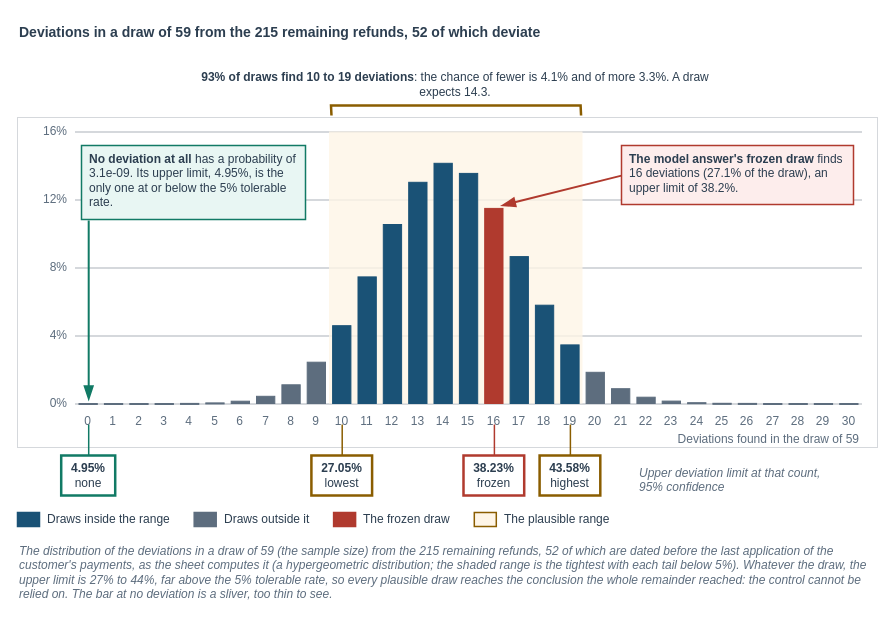
Earlier version of the draw.io diagram facts/instructor/figures/chapter-19-customer-credits-audit/IF-19-6-B.drawio (mmcodesso/Accounting_Analytics_Book). Source tidied: cells renumbered, new cells numbered last; positions are measured from the earlier drawing's top-left corner, leaving out a move shared by most shapes. Both pictures are drawn from the tidied source at 100%, with x=0, y=0 at pixel (17, 17).
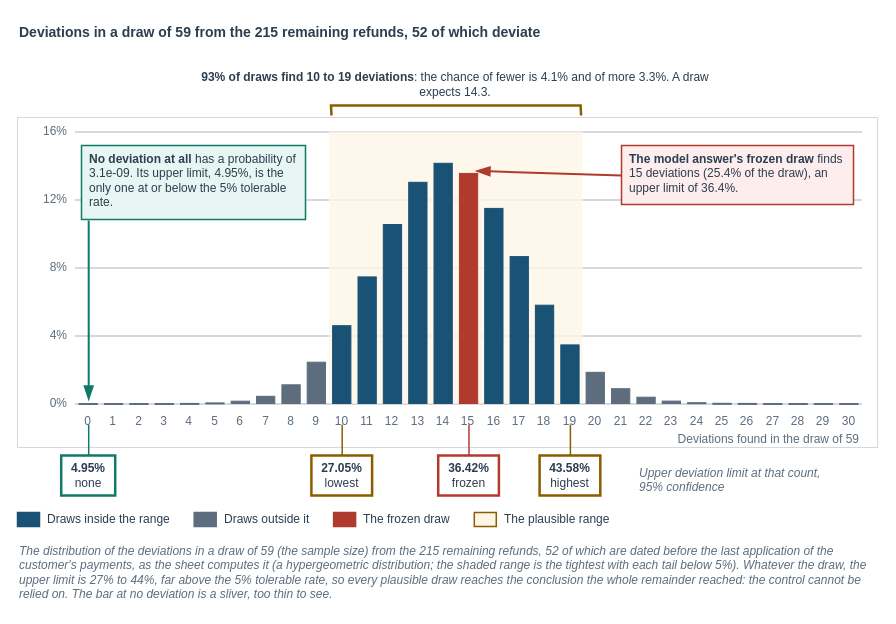
The same diagram, later.

What changed in the source:
```diff
@@
-    <mxCell id="63" style="rounded=0;arcSize=6;whiteSpace=wrap;html=1;fillColor=#1A5276;strokeColor=#1A5276;strokeWidth=1;fontColor=#2C3E50;fontSize=13;fontStyle=0;align=center;verticalAlign=middle;fontFamily=Helvetica;spacingLeft=6;spacingRight=6;" parent="1" vertex="1">
+    <mxCell id="63" style="rounded=0;arcSize=6;whiteSpace=wrap;html=1;fillColor=#B03A2E;strokeColor=#B03A2E;strokeWidth=1;fontColor=#2C3E50;fontSize=13;fontStyle=0;align=center;verticalAlign=middle;fontFamily=Helvetica;spacingLeft=6;spacingRight=6;" parent="1" vertex="1">
       <mxGeometry x="441.9" y="155.9" width="18.3" height="230.1" as="geometry" />
     </mxCell>
-    <mxCell id="64" style="rounded=0;arcSize=6;whiteSpace=wrap;html=1;fillColor=#B03A2E;strokeColor=#B03A2E;strokeWidth=1;fontColor=#2C3E50;fontSize=13;fontStyle=0;align=center;verticalAlign=middle;fontFamily=Helvetica;spacingLeft=6;spacingRight=6;" parent="1" vertex="1">
+    <mxCell id="64" style="rounded=0;arcSize=6;whiteSpace=wrap;html=1;fillColor=#1A5276;strokeColor=#1A5276;strokeWidth=1;fontColor=#2C3E50;fontSize=13;fontStyle=0;align=center;verticalAlign=middle;fontFamily=Helvetica;spacingLeft=6;spacingRight=6;" parent="1" vertex="1">
       <mxGeometry x="467.2" y="190.9" width="18.3" height="195.1" as="geometry" />
     </mxCell>
@@
-    <mxCell id="83" value="&lt;b&gt;The model answer's frozen draw&lt;/b&gt; finds 16 deviations (27.1% of the draw), an upper limit of 38.2%." style="rounded=0;arcSize=6;whiteSpace=wrap;html=1;fillColor=#FDEDEC;strokeColor=#B03A2E;strokeWidth=1.5;fontColor=#2C3E50;fontSize=12;fontStyle=0;align=left;verticalAlign=top;fontFamily=Helvetica;spacingLeft=6;spacingRight=6;" parent="1" vertex="1">
+    <mxCell id="83" value="&lt;b&gt;The model answer's frozen draw&lt;/b&gt; finds 15 deviations (25.4% of the draw), an upper limit of 36.4%." style="rounded=0;arcSize=6;whiteSpace=wrap;html=1;fillColor=#FDEDEC;strokeColor=#B03A2E;strokeWidth=1.5;fontColor=#2C3E50;fontSize=12;fontStyle=0;align=left;verticalAlign=top;fontFamily=Helvetica;spacingLeft=6;spacingRight=6;" parent="1" vertex="1">
       <mxGeometry x="604" y="128" width="232" height="59" as="geometry" />
     </mxCell>
@@
     <mxCell id="85" style="text;html=1;strokeColor=none;fillColor=none;" parent="1" vertex="1">
-      <mxGeometry x="482.4" y="187.9" width="1" height="1" as="geometry" />
+      <mxGeometry x="457" y="152.9" width="1" height="1" as="geometry" />
     </mxCell>
@@
-    <mxCell id="99" value="&lt;b&gt;38.23%&lt;/b&gt;&lt;br&gt;frozen" style="rounded=0;arcSize=6;whiteSpace=wrap;html=1;fillColor=#FFFFFF;strokeColor=#B03A2E;strokeWidth=2.5;fontColor=#2C3E50;fontSize=12;fontStyle=0;align=center;verticalAlign=middle;fontFamily=Helvetica;spacingLeft=6;spacingRight=6;" parent="1" vertex="1">
-      <mxGeometry x="446" y="438" width="60.7" height="40" as="geometry" />
+    <mxCell id="99" value="&lt;b&gt;36.42%&lt;/b&gt;&lt;br&gt;frozen" style="rounded=0;arcSize=6;whiteSpace=wrap;html=1;fillColor=#FFFFFF;strokeColor=#B03A2E;strokeWidth=2.5;fontColor=#2C3E50;fontSize=12;fontStyle=0;align=center;verticalAlign=middle;fontFamily=Helvetica;spacingLeft=6;spacingRight=6;" parent="1" vertex="1">
+      <mxGeometry x="420.7" y="438" width="60.7" height="40" as="geometry" />
     </mxCell>
     <mxCell id="100" style="text;html=1;strokeColor=none;fillColor=none;" parent="1" vertex="1">
-      <mxGeometry x="476.4" y="406" width="1" height="1" as="geometry" />
+      <mxGeometry x="451" y="406" width="1" height="1" as="geometry" />
     </mxCell>
     <mxCell id="101" style="text;html=1;strokeColor=none;fillColor=none;" parent="1" vertex="1">
-      <mxGeometry x="476.4" y="438" width="1" height="1" as="geometry" />
+      <mxGeometry x="451" y="438" width="1" height="1" as="geometry" />
     </mxCell>
```
